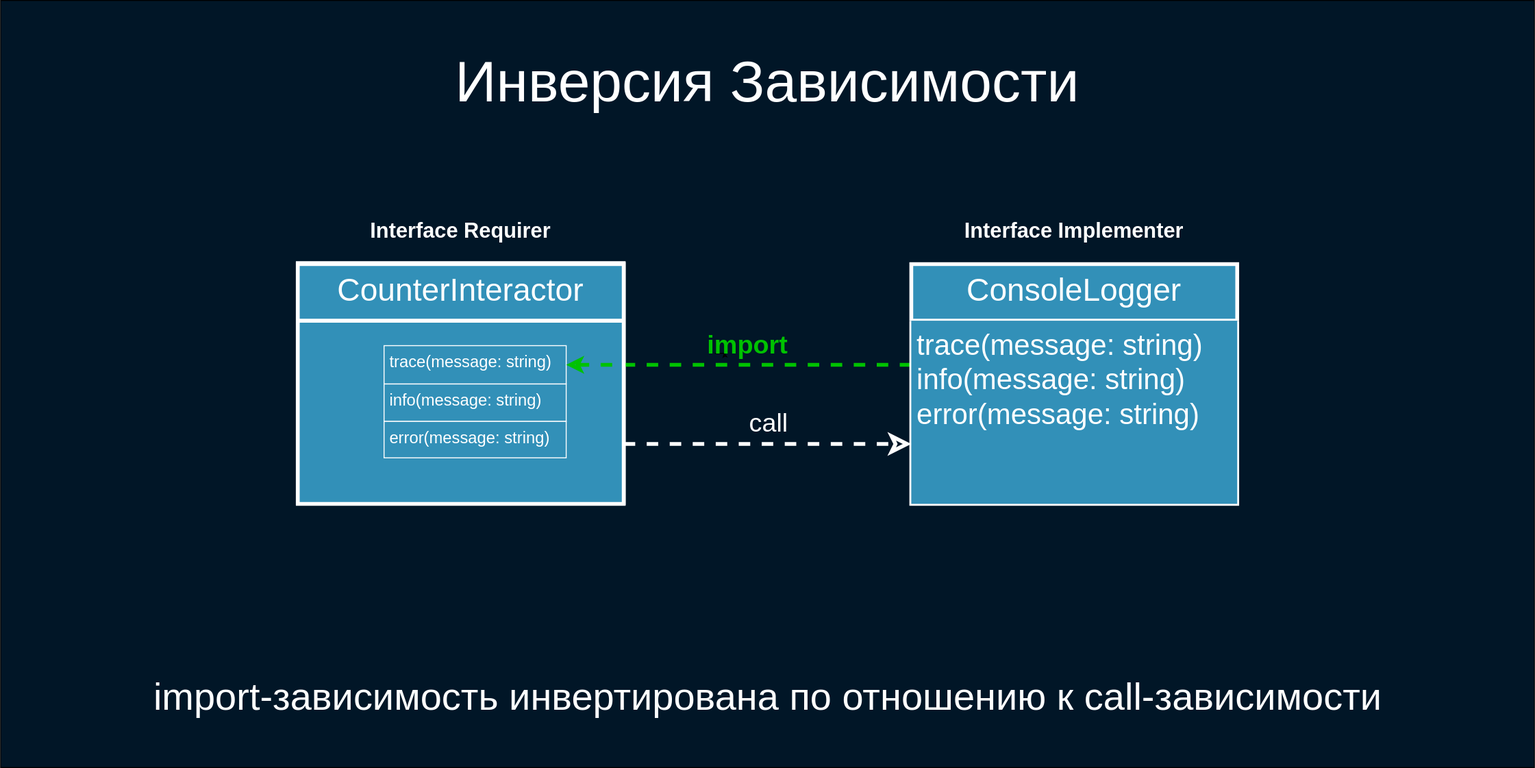
Above: deck/ru/diagrams/requiredInterface0.svg in softspiders/dip-in-ca-deck (draw.io), before the change. Source tidied: cells renumbered, new cells last; positions are measured from the earlier drawing's top-left corner, leaving out a move shared by most shapes.
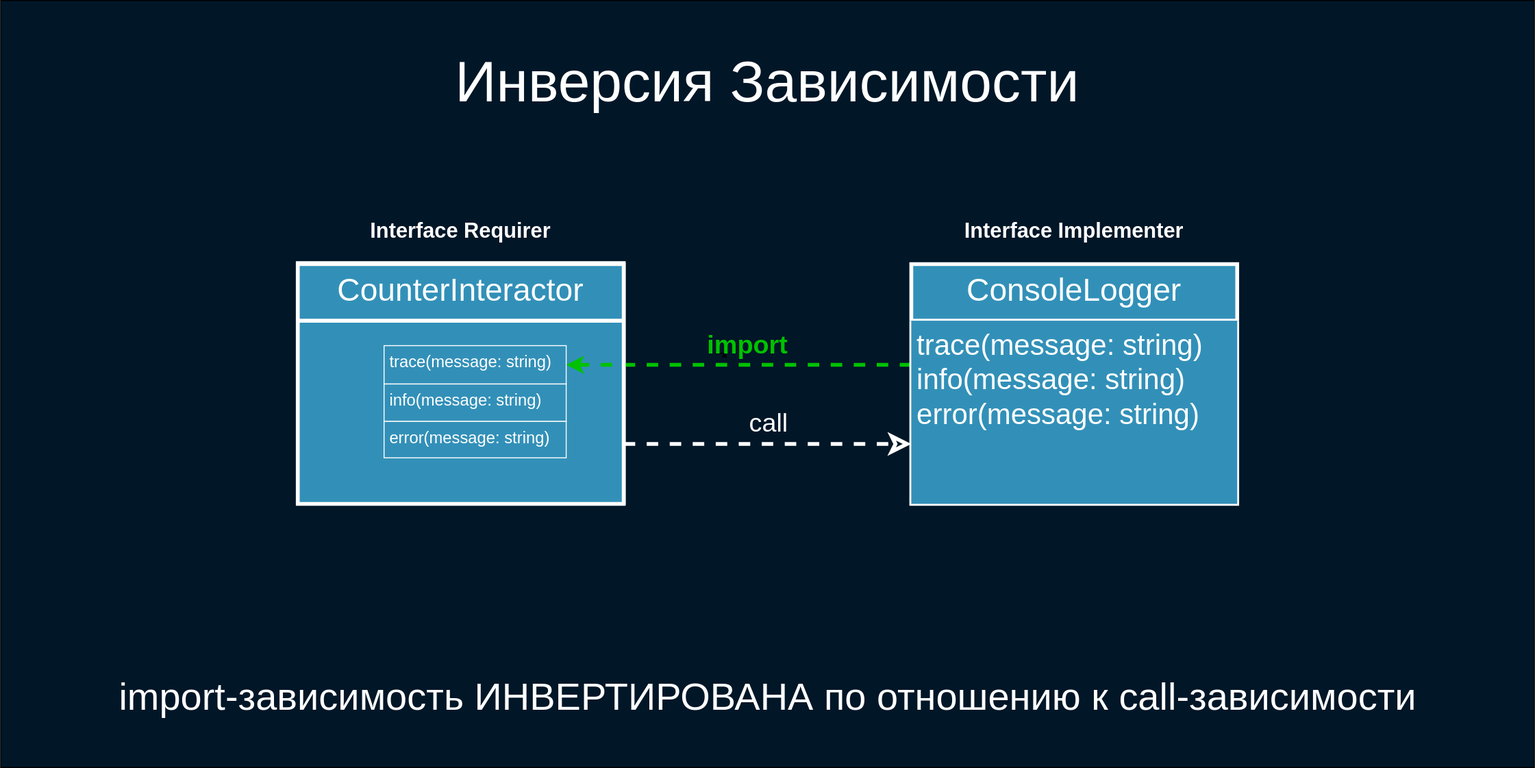
The same diagram one commit later.

Change to the diagram source:
```diff
@@ -42,8 +42,8 @@
         <mxPoint x="950" y="380" as="targetPoint" />
       </mxGeometry>
     </mxCell>
-    <mxCell id="13" value="&lt;span&gt;import-зависимость инвертирована по отношению к call-зависимости&lt;/span&gt;" style="text;html=1;strokeColor=none;fillColor=none;align=center;verticalAlign=middle;whiteSpace=wrap;rounded=0;fontSize=40;fontColor=#FFFFFF;fontStyle=0;" parent="1" vertex="1">
-      <mxGeometry x="137.5" y="690" width="1325" height="70" as="geometry" />
+    <mxCell id="13" value="&lt;span&gt;import-зависимость ИНВЕРТИРОВАНА по отношению к call-зависимости&lt;/span&gt;" style="text;html=1;strokeColor=none;fillColor=none;align=center;verticalAlign=middle;whiteSpace=wrap;rounded=0;fontSize=40;fontColor=#FFFFFF;fontStyle=0;" parent="1" vertex="1">
+      <mxGeometry x="108.8" y="690" width="1382.5" height="70" as="geometry" />
     </mxCell>
     <mxCell id="14" value="Interface Requirer" style="text;align=center;fontStyle=1;verticalAlign=middle;spacingLeft=3;spacingRight=3;strokeColor=none;labelBackgroundColor=none;fillColor=none;fontSize=22;fontColor=#FFFFFF;strokeWidth=4;" parent="1" vertex="1">
       <mxGeometry x="340" y="210" width="280" height="56" as="geometry" />
```
